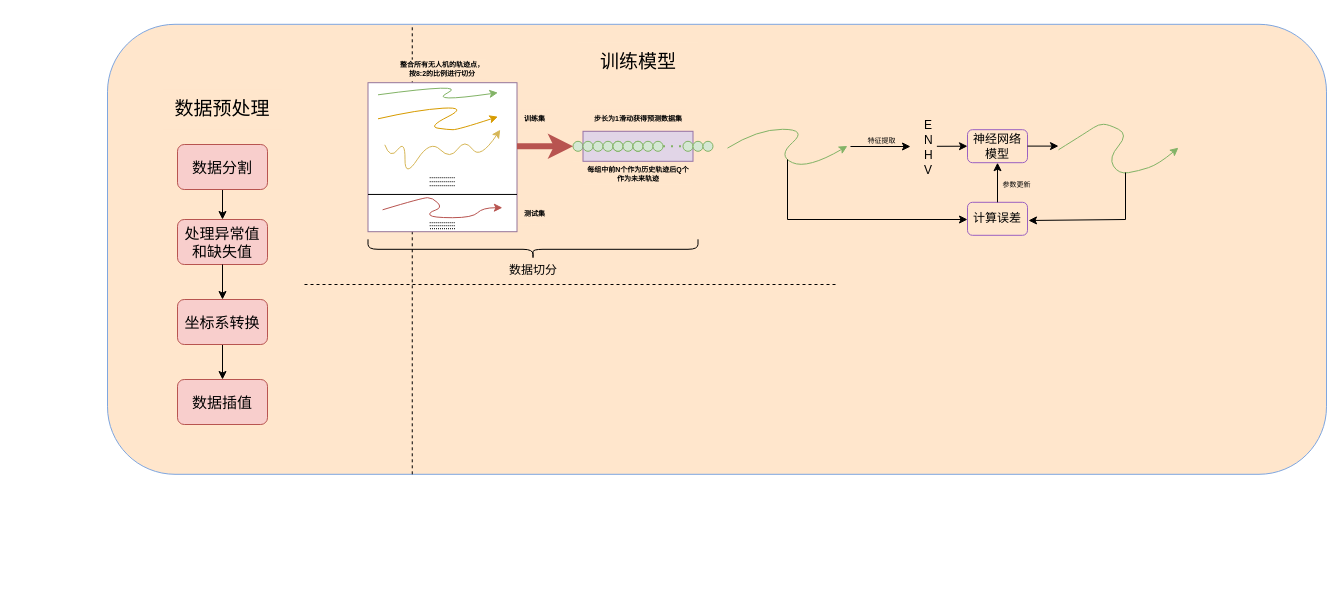
Before: page "第 1 页" (1 of 2) of 无人机轨迹预测流程图.drawio in night-god-7158/diagram-, a draw.io diagram. Source tidied: cells renumbered, new cells numbered last; positions are measured from the earlier drawing's top-left corner, leaving out a move shared by most shapes. Both pictures are drawn from the tidied source at 100%, with x=0, y=0 at pixel (107, 24).
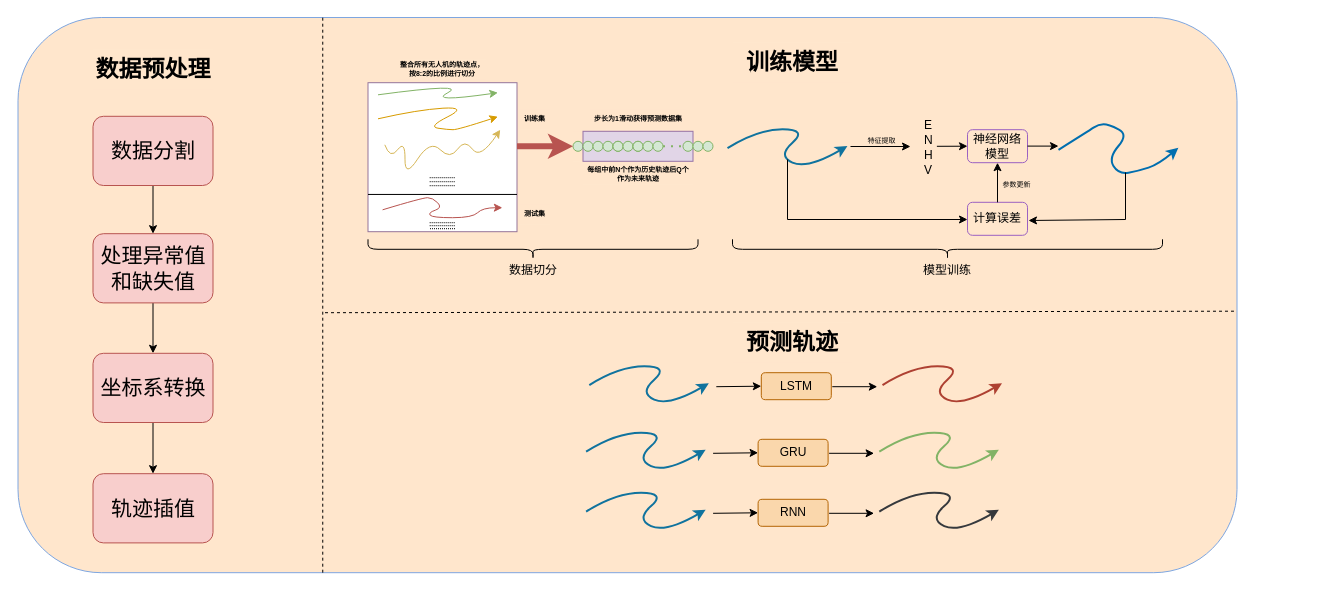
The same page after the edit.

Commit message (it also covers changes not shown here):
更新无人机轨迹预测流程图.drawio

What changed in the source:
```diff
@@
     <mxCell id="2" style="rounded=1;whiteSpace=wrap;html=1;fillColor=#ffe6cc;strokeColor=#7EA6E0;" parent="1" vertex="1">
-      <mxGeometry y="-0.2" width="1219" height="450" as="geometry" />
+      <mxGeometry x="-89.5" y="-7" width="1219" height="555.2" as="geometry" />
     </mxCell>
-    <mxCell id="3" value="数据预处理" style="rounded=0;whiteSpace=wrap;html=1;strokeColor=none;fillColor=#ffe6cc;fontSize=19;" parent="1" vertex="1">
-      <mxGeometry x="55" y="65" width="120" height="40" as="geometry" />
+    <mxCell id="3" value="数据预处理" style="rounded=0;whiteSpace=wrap;html=1;strokeColor=none;fillColor=#ffe6cc;fontSize=23;fontStyle=1;" parent="1" vertex="1">
+      <mxGeometry x="-14.5" y="25.2" width="120" height="40" as="geometry" />
     </mxCell>
@@
-    <mxCell id="5" value="数据分割" style="rounded=1;whiteSpace=wrap;html=1;fillColor=#f8cecc;strokeColor=#b85450;fontSize=15;" parent="1" vertex="1">
-      <mxGeometry x="70" y="120" width="90" height="45" as="geometry" />
+    <mxCell id="5" value="数据分割" style="rounded=1;whiteSpace=wrap;html=1;fillColor=#f8cecc;strokeColor=#b85450;fontSize=21;" parent="1" vertex="1">
+      <mxGeometry x="-14.5" y="91.8" width="120" height="69.2" as="geometry" />
     </mxCell>
@@
-    <mxCell id="7" style="edgeStyle=orthogonalEdgeStyle;rounded=0;jettySize=auto;html=1;" parent="1" edge="1" source="11" target="9">
-      <mxGeometry relative="1" as="geometry" />
-    </mxCell>
-    <mxCell id="8" value="处理异常值和缺失值" style="rounded=1;whiteSpace=wrap;html=1;fillColor=#f8cecc;strokeColor=#b85450;fontSize=15;" parent="1" vertex="1">
-      <mxGeometry x="70" y="195" width="90" height="45" as="geometry" />
-    </mxCell>
-    <mxCell id="9" value="数据插值" style="rounded=1;whiteSpace=wrap;html=1;fillColor=#f8cecc;strokeColor=#b85450;fontSize=15;" parent="1" vertex="1">
-      <mxGeometry x="70" y="355" width="90" height="45" as="geometry" />
-    </mxCell>
-    <mxCell id="10" style="edgeStyle=orthogonalEdgeStyle;rounded=0;jettySize=auto;html=1;" parent="1" edge="1" source="8" target="11">
-      <mxGeometry relative="1" as="geometry" />
-    </mxCell>
-    <mxCell id="11" value="坐标系转换" style="rounded=1;whiteSpace=wrap;html=1;fillColor=#f8cecc;strokeColor=#b85450;fontSize=15;" parent="1" vertex="1">
-      <mxGeometry x="70" y="275" width="90" height="45" as="geometry" />
-    </mxCell>
-    <mxCell id="12" style="endArrow=none;dashed=1;html=1;rounded=0;" parent="1" edge="1">
+    <mxCell id="12" style="endArrow=none;dashed=1;html=1;rounded=0;entryX=0.998;entryY=0.529;entryDx=0;entryDy=0;entryPerimeter=0;" parent="1" edge="1" target="2">
       <mxGeometry relative="1" as="geometry">
-        <mxPoint x="197" y="260" as="sourcePoint" />
-        <mxPoint x="730" y="260" as="targetPoint" />
+        <mxPoint x="217.5" y="288.2" as="sourcePoint" />
       </mxGeometry>
     </mxCell>
-    <mxCell id="13" value="训练模型" style="rounded=0;whiteSpace=wrap;html=1;strokeColor=none;fillColor=#ffe6cc;fontSize=19;" parent="1" vertex="1">
-      <mxGeometry x="470.5" y="18.2" width="120" height="40" as="geometry" />
+    <mxCell id="13" value="训练模型" style="rounded=0;whiteSpace=wrap;html=1;strokeColor=none;fillColor=#ffe6cc;fontSize=23;fontStyle=1;" parent="1" vertex="1">
+      <mxGeometry x="625" y="18.2" width="120" height="40" as="geometry" />
     </mxCell>
@@
-    <mxCell id="60" style="curved=1;endArrow=classic;html=1;rounded=0;exitX=0.001;exitY=0.148;exitDx=0;exitDy=0;exitPerimeter=0;fillColor=#d5e8d4;strokeColor=#82b366;" parent="1" edge="1">
+    <mxCell id="60" style="curved=1;endArrow=classic;html=1;rounded=0;exitX=0.001;exitY=0.148;exitDx=0;exitDy=0;exitPerimeter=0;fillColor=#b1ddf0;strokeColor=#10739e;strokeWidth=2;" parent="1" edge="1">
       <mxGeometry relative="1" as="geometry">
         <mxPoint x="620" y="123.6" as="sourcePoint" />
         <mxPoint x="739.9" y="121.5" as="targetPoint" />
         <Array as="points">
           <mxPoint x="650" y="104.8" />
           <mxPoint x="700" y="104.8" />
           <mxPoint x="669.9" y="131.5" />
           <mxPoint x="700" y="144.8" />
         </Array>
       </mxGeometry>
     </mxCell>
@@
-    <mxCell id="65" style="curved=1;endArrow=classic;html=1;rounded=0;exitX=0.001;exitY=0.148;exitDx=0;exitDy=0;exitPerimeter=0;fillColor=#d5e8d4;strokeColor=#82b366;" parent="1" edge="1">
+    <mxCell id="65" style="curved=1;endArrow=classic;html=1;rounded=0;exitX=0.001;exitY=0.148;exitDx=0;exitDy=0;exitPerimeter=0;fillColor=#1ba1e2;strokeColor=#006EAF;strokeWidth=2;" parent="1" edge="1">
       <mxGeometry relative="1" as="geometry">
         <mxPoint x="951" y="125.3" as="sourcePoint" />
         <mxPoint x="1070.9" y="123.2" as="targetPoint" />
         <Array as="points">
           <mxPoint x="981" y="106.5" />
           <mxPoint x="991" y="99.8" />
           <mxPoint x="1001" y="99.8" />
           <mxPoint x="1021" y="109.8" />
           <mxPoint x="1000.9" y="133.2" />
           <mxPoint x="1011" y="149.8" />
           <mxPoint x="1031" y="146.5" />
           <mxPoint x="1051" y="139.8" />
         </Array>
       </mxGeometry>
     </mxCell>
@@
+    <mxCell id="74" style="shape=curlyBracket;whiteSpace=wrap;html=1;rounded=1;labelPosition=left;verticalLabelPosition=middle;align=right;verticalAlign=middle;direction=north;" parent="1" vertex="1">
+      <mxGeometry x="625" y="214.8" width="430" height="20" as="geometry" />
+    </mxCell>
+    <mxCell id="75" value="模型训练" style="rounded=0;whiteSpace=wrap;html=1;strokeColor=none;fillColor=#ffe6cc;fontSize=12;" parent="1" vertex="1">
+      <mxGeometry x="800" y="245" width="80" as="geometry" />
+    </mxCell>
+    <mxCell id="76" value="预测轨迹" style="rounded=0;whiteSpace=wrap;html=1;strokeColor=none;fillColor=#ffe6cc;fontSize=23;fontStyle=1;" parent="1" vertex="1">
+      <mxGeometry x="625" y="298.2" width="120" height="40" as="geometry" />
+    </mxCell>
+    <mxCell id="77" style="curved=1;endArrow=classic;html=1;rounded=0;exitX=0.001;exitY=0.148;exitDx=0;exitDy=0;exitPerimeter=0;fillColor=#b1ddf0;strokeColor=#10739e;strokeWidth=2;" parent="1" edge="1">
+      <mxGeometry relative="1" as="geometry">
+        <mxPoint x="481.8" y="360.6" as="sourcePoint" />
+        <mxPoint x="601.3" y="358.8" as="targetPoint" />
+        <Array as="points">
+          <mxPoint x="511.8" y="341.8" />
+          <mxPoint x="561.8" y="341.8" />
+          <mxPoint x="531.6" y="368.5" />
+          <mxPoint x="561.8" y="381.8" />
+        </Array>
+      </mxGeometry>
+    </mxCell>
+    <mxCell id="78" value="LSTM" style="rounded=1;whiteSpace=wrap;html=1;fillColor=#fad7ac;strokeColor=#b46504;" parent="1" vertex="1">
+      <mxGeometry x="653.8" y="348.2" width="70" height="27" as="geometry" />
+    </mxCell>
+    <mxCell id="79" style="endArrow=classic;html=1;rounded=0;entryX=0;entryY=0.5;entryDx=0;entryDy=0;" parent="1" edge="1" target="78">
+      <mxGeometry relative="1" as="geometry">
+        <mxPoint x="608.8" y="362.2" as="sourcePoint" />
+      </mxGeometry>
+    </mxCell>
+    <mxCell id="80" style="endArrow=classic;html=1;rounded=0;entryX=0;entryY=0.5;entryDx=0;entryDy=0;" parent="1" edge="1">
+      <mxGeometry relative="1" as="geometry">
+        <mxPoint x="724.8" y="362.2" as="sourcePoint" />
+        <mxPoint x="769.8" y="362.2" as="targetPoint" />
+      </mxGeometry>
+    </mxCell>
+    <mxCell id="81" style="curved=1;endArrow=classic;html=1;rounded=0;exitX=0.001;exitY=0.148;exitDx=0;exitDy=0;exitPerimeter=0;fillColor=#fad9d5;strokeColor=#ae4132;strokeWidth=2;" parent="1" edge="1">
+      <mxGeometry relative="1" as="geometry">
+        <mxPoint x="775" y="360.6" as="sourcePoint" />
+        <mxPoint x="894.5" y="358.8" as="targetPoint" />
+        <Array as="points">
+          <mxPoint x="805" y="341.8" />
+          <mxPoint x="855" y="341.8" />
+          <mxPoint x="824.8" y="368.5" />
+          <mxPoint x="855" y="381.8" />
+        </Array>
+      </mxGeometry>
+    </mxCell>
+    <mxCell id="82" style="curved=1;endArrow=classic;html=1;rounded=0;exitX=0.001;exitY=0.148;exitDx=0;exitDy=0;exitPerimeter=0;fillColor=#b1ddf0;strokeColor=#10739e;strokeWidth=2;" parent="1" edge="1">
+      <mxGeometry relative="1" as="geometry">
+        <mxPoint x="478.6" y="427.1" as="sourcePoint" />
+        <mxPoint x="598.2" y="425.2" as="targetPoint" />
+        <Array as="points">
+          <mxPoint x="508.6" y="408.2" />
+          <mxPoint x="558.6" y="408.2" />
+          <mxPoint x="528.5" y="435" />
+          <mxPoint x="558.6" y="448.2" />
+        </Array>
+      </mxGeometry>
+    </mxCell>
+    <mxCell id="83" value="GRU" style="rounded=1;whiteSpace=wrap;html=1;fillColor=#fad7ac;strokeColor=#b46504;" parent="1" vertex="1">
+      <mxGeometry x="650.6" y="414.8" width="70" height="27" as="geometry" />
+    </mxCell>
+    <mxCell id="84" style="endArrow=classic;html=1;rounded=0;entryX=0;entryY=0.5;entryDx=0;entryDy=0;" parent="1" edge="1" target="83">
+      <mxGeometry relative="1" as="geometry">
+        <mxPoint x="605.6" y="428.8" as="sourcePoint" />
+      </mxGeometry>
+    </mxCell>
+    <mxCell id="85" style="endArrow=classic;html=1;rounded=0;entryX=0;entryY=0.5;entryDx=0;entryDy=0;" parent="1" edge="1">
+      <mxGeometry relative="1" as="geometry">
+        <mxPoint x="721.6" y="428.8" as="sourcePoint" />
+        <mxPoint x="766.6" y="428.8" as="targetPoint" />
+      </mxGeometry>
+    </mxCell>
+    <mxCell id="86" style="curved=1;endArrow=classic;html=1;rounded=0;exitX=0.001;exitY=0.148;exitDx=0;exitDy=0;exitPerimeter=0;fillColor=#d5e8d4;strokeColor=#82b366;strokeWidth=2;gradientColor=#97d077;" parent="1" edge="1">
+      <mxGeometry relative="1" as="geometry">
+        <mxPoint x="771.8" y="427.1" as="sourcePoint" />
+        <mxPoint x="891.4" y="425.2" as="targetPoint" />
+        <Array as="points">
+          <mxPoint x="801.8" y="408.2" />
+          <mxPoint x="851.8" y="408.2" />
+          <mxPoint x="821.7" y="435" />
+          <mxPoint x="851.8" y="448.2" />
+        </Array>
+      </mxGeometry>
+    </mxCell>
+    <mxCell id="87" style="curved=1;endArrow=classic;html=1;rounded=0;exitX=0.001;exitY=0.148;exitDx=0;exitDy=0;exitPerimeter=0;fillColor=#b1ddf0;strokeColor=#10739e;strokeWidth=2;" parent="1" edge="1">
+      <mxGeometry relative="1" as="geometry">
+        <mxPoint x="478.6" y="487.1" as="sourcePoint" />
+        <mxPoint x="598.2" y="485.2" as="targetPoint" />
+        <Array as="points">
+          <mxPoint x="508.6" y="468.2" />
+          <mxPoint x="558.6" y="468.2" />
+          <mxPoint x="528.5" y="495" />
+          <mxPoint x="558.6" y="508.2" />
+        </Array>
+      </mxGeometry>
+    </mxCell>
+    <mxCell id="88" value="RNN" style="rounded=1;whiteSpace=wrap;html=1;fillColor=#fad7ac;strokeColor=#b46504;" parent="1" vertex="1">
+      <mxGeometry x="650.6" y="474.8" width="70" height="27" as="geometry" />
+    </mxCell>
+    <mxCell id="89" style="endArrow=classic;html=1;rounded=0;entryX=0;entryY=0.5;entryDx=0;entryDy=0;" parent="1" edge="1" target="88">
+      <mxGeometry relative="1" as="geometry">
+        <mxPoint x="605.6" y="488.8" as="sourcePoint" />
+      </mxGeometry>
+    </mxCell>
+    <mxCell id="90" style="endArrow=classic;html=1;rounded=0;entryX=0;entryY=0.5;entryDx=0;entryDy=0;" parent="1" edge="1">
+      <mxGeometry relative="1" as="geometry">
+        <mxPoint x="721.6" y="488.8" as="sourcePoint" />
+        <mxPoint x="766.6" y="488.8" as="targetPoint" />
+      </mxGeometry>
+    </mxCell>
+    <mxCell id="91" style="curved=1;endArrow=classic;html=1;rounded=0;exitX=0.001;exitY=0.148;exitDx=0;exitDy=0;exitPerimeter=0;fillColor=#ffcccc;strokeColor=#36393d;strokeWidth=2;" parent="1" edge="1">
+      <mxGeometry relative="1" as="geometry">
+        <mxPoint x="771.8" y="487.1" as="sourcePoint" />
+        <mxPoint x="891.4" y="485.2" as="targetPoint" />
+        <Array as="points">
+          <mxPoint x="801.8" y="468.2" />
+          <mxPoint x="851.8" y="468.2" />
+          <mxPoint x="821.7" y="495" />
+          <mxPoint x="851.8" y="508.2" />
+        </Array>
+      </mxGeometry>
+    </mxCell>
+    <mxCell id="10" style="edgeStyle=orthogonalEdgeStyle;rounded=0;jettySize=auto;html=1;" parent="1" edge="1" source="8" target="11">
+      <mxGeometry relative="1" as="geometry" />
+    </mxCell>
+    <mxCell id="8" value="处理异常值和缺失值" style="rounded=1;whiteSpace=wrap;html=1;fillColor=#f8cecc;strokeColor=#b85450;fontSize=21;" parent="1" vertex="1">
+      <mxGeometry x="-14.5" y="209.2" width="120" height="69.2" as="geometry" />
+    </mxCell>
+    <mxCell id="92" style="edgeStyle=orthogonalEdgeStyle;rounded=0;jettySize=auto;html=1;" parent="1" edge="1" source="11" target="93">
+      <mxGeometry relative="1" as="geometry" />
+    </mxCell>
+    <mxCell id="11" value="坐标系转换" style="rounded=1;whiteSpace=wrap;html=1;fillColor=#f8cecc;strokeColor=#b85450;fontSize=21;" parent="1" vertex="1">
+      <mxGeometry x="-14.5" y="328.8" width="120" height="69.2" as="geometry" />
+    </mxCell>
+    <mxCell id="93" value="轨迹插值" style="rounded=1;whiteSpace=wrap;html=1;fillColor=#f8cecc;strokeColor=#b85450;fontSize=21;" parent="1" vertex="1">
+      <mxGeometry x="-14.5" y="449.2" width="120" height="69.2" as="geometry" />
+    </mxCell>
```
